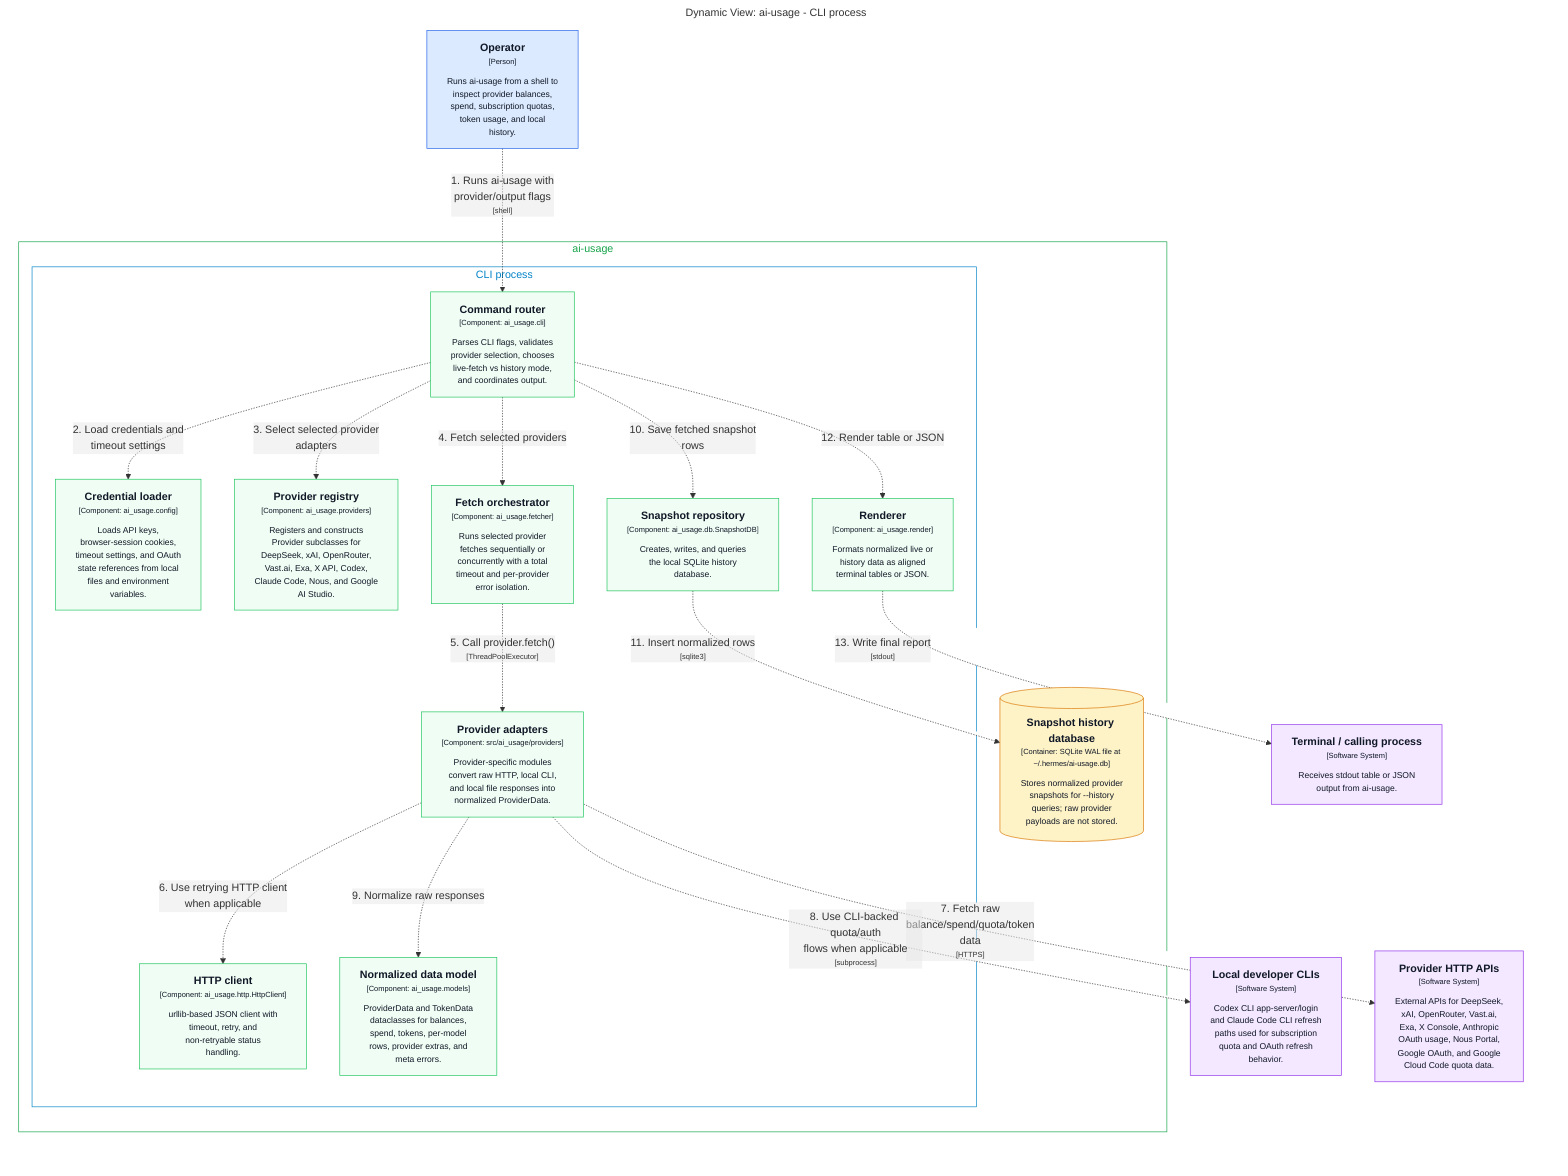
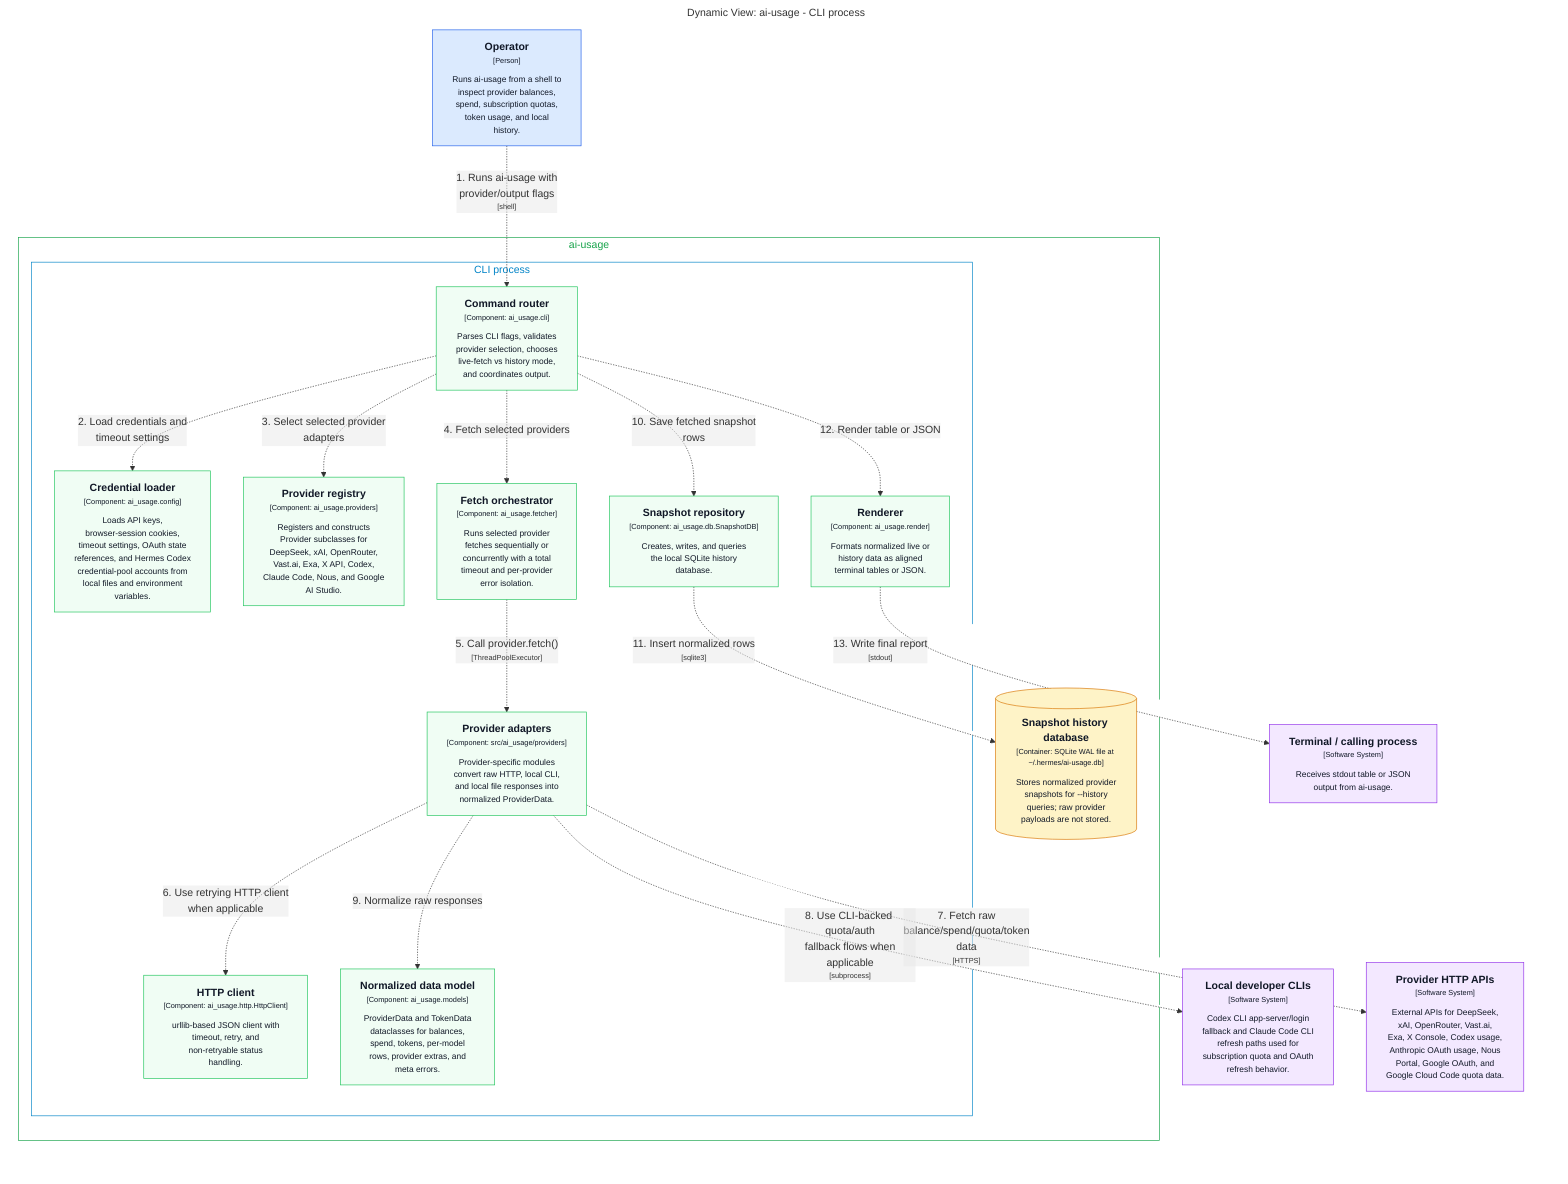
graph LR
  linkStyle default fill:#ffffff

  subgraph diagram ["Dynamic View: ai-usage - CLI process"]
    style diagram fill:#ffffff,stroke:#ffffff

    1["<div style='font-weight: bold'>Operator</div><div style='font-size: 70%; margin-top: 0px'>[Person]</div><div style='font-size: 80%; margin-top:10px'>Runs ai-usage from a shell to<br />inspect provider balances,<br />spend, subscription quotas,<br />token usage, and local<br />history.</div>"]
    style 1 fill:#dbeafe,stroke:#2563eb,color:#111827

-     15["<div style='font-weight: bold'>Local developer CLIs</div><div style='font-size: 70%; margin-top: 0px'>[Software System]</div><div style='font-size: 80%; margin-top:10px'>Codex CLI app-server/login<br />and Claude Code CLI refresh<br />paths used for subscription<br />quota and OAuth refresh<br />behavior.</div>"]
+     15["<div style='font-weight: bold'>Local developer CLIs</div><div style='font-size: 70%; margin-top: 0px'>[Software System]</div><div style='font-size: 80%; margin-top:10px'>Codex CLI app-server/login<br />fallback and Claude Code CLI<br />refresh paths used for<br />subscription quota and OAuth<br />refresh behavior.</div>"]
    style 15 fill:#f3e8ff,stroke:#9333ea,color:#111827
-     16["<div style='font-weight: bold'>Provider HTTP APIs</div><div style='font-size: 70%; margin-top: 0px'>[Software System]</div><div style='font-size: 80%; margin-top:10px'>External APIs for DeepSeek,<br />xAI, OpenRouter, Vast.ai,<br />Exa, X Console, Anthropic<br />OAuth usage, Nous Portal,<br />Google OAuth, and Google<br />Cloud Code quota data.</div>"]
+     16["<div style='font-weight: bold'>Provider HTTP APIs</div><div style='font-size: 70%; margin-top: 0px'>[Software System]</div><div style='font-size: 80%; margin-top:10px'>External APIs for DeepSeek,<br />xAI, OpenRouter, Vast.ai,<br />Exa, X Console, Codex usage,<br />Anthropic OAuth usage, Nous<br />Portal, Google OAuth, and<br />Google Cloud Code quota data.</div>"]
    style 16 fill:#f3e8ff,stroke:#9333ea,color:#111827
    17["<div style='font-weight: bold'>Terminal / calling process</div><div style='font-size: 70%; margin-top: 0px'>[Software System]</div><div style='font-size: 80%; margin-top:10px'>Receives stdout table or JSON<br />output from ai-usage.</div>"]
    style 17 fill:#f3e8ff,stroke:#9333ea,color:#111827

    subgraph 2 ["ai-usage"]
      style 2 fill:#ffffff,stroke:#16a34a,color:#16a34a

      subgraph 3 ["CLI process"]
        style 3 fill:#ffffff,stroke:#0284c7,color:#0284c7

        10["<div style='font-weight: bold'>Normalized data model</div><div style='font-size: 70%; margin-top: 0px'>[Component: ai_usage.models]</div><div style='font-size: 80%; margin-top:10px'>ProviderData and TokenData<br />dataclasses for balances,<br />spend, tokens, per-model<br />rows, provider extras, and<br />meta errors.</div>"]
        style 10 fill:#f0fdf4,stroke:#22c55e,color:#111827
        11["<div style='font-weight: bold'>Snapshot repository</div><div style='font-size: 70%; margin-top: 0px'>[Component: ai_usage.db.SnapshotDB]</div><div style='font-size: 80%; margin-top:10px'>Creates, writes, and queries<br />the local SQLite history<br />database.</div>"]
        style 11 fill:#f0fdf4,stroke:#22c55e,color:#111827
        12["<div style='font-weight: bold'>Renderer</div><div style='font-size: 70%; margin-top: 0px'>[Component: ai_usage.render]</div><div style='font-size: 80%; margin-top:10px'>Formats normalized live or<br />history data as aligned<br />terminal tables or JSON.</div>"]
        style 12 fill:#f0fdf4,stroke:#22c55e,color:#111827
        4["<div style='font-weight: bold'>Command router</div><div style='font-size: 70%; margin-top: 0px'>[Component: ai_usage.cli]</div><div style='font-size: 80%; margin-top:10px'>Parses CLI flags, validates<br />provider selection, chooses<br />live-fetch vs history mode,<br />and coordinates output.</div>"]
        style 4 fill:#f0fdf4,stroke:#22c55e,color:#111827
-         5["<div style='font-weight: bold'>Credential loader</div><div style='font-size: 70%; margin-top: 0px'>[Component: ai_usage.config]</div><div style='font-size: 80%; margin-top:10px'>Loads API keys,<br />browser-session cookies,<br />timeout settings, and OAuth<br />state references from local<br />files and environment<br />variables.</div>"]
+         5["<div style='font-weight: bold'>Credential loader</div><div style='font-size: 70%; margin-top: 0px'>[Component: ai_usage.config]</div><div style='font-size: 80%; margin-top:10px'>Loads API keys,<br />browser-session cookies,<br />timeout settings, OAuth state<br />references, and Hermes Codex<br />credential-pool accounts from<br />local files and environment<br />variables.</div>"]
        style 5 fill:#f0fdf4,stroke:#22c55e,color:#111827
        6["<div style='font-weight: bold'>Provider registry</div><div style='font-size: 70%; margin-top: 0px'>[Component: ai_usage.providers]</div><div style='font-size: 80%; margin-top:10px'>Registers and constructs<br />Provider subclasses for<br />DeepSeek, xAI, OpenRouter,<br />Vast.ai, Exa, X API, Codex,<br />Claude Code, Nous, and Google<br />AI Studio.</div>"]
        style 6 fill:#f0fdf4,stroke:#22c55e,color:#111827
        7["<div style='font-weight: bold'>Fetch orchestrator</div><div style='font-size: 70%; margin-top: 0px'>[Component: ai_usage.fetcher]</div><div style='font-size: 80%; margin-top:10px'>Runs selected provider<br />fetches sequentially or<br />concurrently with a total<br />timeout and per-provider<br />error isolation.</div>"]
        style 7 fill:#f0fdf4,stroke:#22c55e,color:#111827
        8["<div style='font-weight: bold'>Provider adapters</div><div style='font-size: 70%; margin-top: 0px'>[Component: src/ai_usage/providers]</div><div style='font-size: 80%; margin-top:10px'>Provider-specific modules<br />convert raw HTTP, local CLI,<br />and local file responses into<br />normalized ProviderData.</div>"]
        style 8 fill:#f0fdf4,stroke:#22c55e,color:#111827
        9["<div style='font-weight: bold'>HTTP client</div><div style='font-size: 70%; margin-top: 0px'>[Component: ai_usage.http.HttpClient]</div><div style='font-size: 80%; margin-top:10px'>urllib-based JSON client with<br />timeout, retry, and<br />non-retryable status<br />handling.</div>"]
        style 9 fill:#f0fdf4,stroke:#22c55e,color:#111827
      end

      13[("<div style='font-weight: bold'>Snapshot history database</div><div style='font-size: 70%; margin-top: 0px'>[Container: SQLite WAL file at ~/.hermes/ai-usage.db]</div><div style='font-size: 80%; margin-top:10px'>Stores normalized provider<br />snapshots for --history<br />queries; raw provider<br />payloads are not stored.</div>")]
      style 13 fill:#fef3c7,stroke:#d97706,color:#111827
    end

    1["<div style='font-weight: bold'>Operator</div><div style='font-size: 70%; margin-top: 0px'>[Person]</div><div style='font-size: 80%; margin-top:10px'>Runs ai-usage from a shell to<br />inspect provider balances,<br />spend, subscription quotas,<br />token usage, and local<br />history.</div>"]
    style 1 fill:#dbeafe,stroke:#2563eb,color:#111827
    13[("<div style='font-weight: bold'>Snapshot history database</div><div style='font-size: 70%; margin-top: 0px'>[Container: SQLite WAL file at ~/.hermes/ai-usage.db]</div><div style='font-size: 80%; margin-top:10px'>Stores normalized provider<br />snapshots for --history<br />queries; raw provider<br />payloads are not stored.</div>")]
    style 13 fill:#fef3c7,stroke:#d97706,color:#111827
-     15["<div style='font-weight: bold'>Local developer CLIs</div><div style='font-size: 70%; margin-top: 0px'>[Software System]</div><div style='font-size: 80%; margin-top:10px'>Codex CLI app-server/login<br />and Claude Code CLI refresh<br />paths used for subscription<br />quota and OAuth refresh<br />behavior.</div>"]
+     15["<div style='font-weight: bold'>Local developer CLIs</div><div style='font-size: 70%; margin-top: 0px'>[Software System]</div><div style='font-size: 80%; margin-top:10px'>Codex CLI app-server/login<br />fallback and Claude Code CLI<br />refresh paths used for<br />subscription quota and OAuth<br />refresh behavior.</div>"]
    style 15 fill:#f3e8ff,stroke:#9333ea,color:#111827
-     16["<div style='font-weight: bold'>Provider HTTP APIs</div><div style='font-size: 70%; margin-top: 0px'>[Software System]</div><div style='font-size: 80%; margin-top:10px'>External APIs for DeepSeek,<br />xAI, OpenRouter, Vast.ai,<br />Exa, X Console, Anthropic<br />OAuth usage, Nous Portal,<br />Google OAuth, and Google<br />Cloud Code quota data.</div>"]
+     16["<div style='font-weight: bold'>Provider HTTP APIs</div><div style='font-size: 70%; margin-top: 0px'>[Software System]</div><div style='font-size: 80%; margin-top:10px'>External APIs for DeepSeek,<br />xAI, OpenRouter, Vast.ai,<br />Exa, X Console, Codex usage,<br />Anthropic OAuth usage, Nous<br />Portal, Google OAuth, and<br />Google Cloud Code quota data.</div>"]
    style 16 fill:#f3e8ff,stroke:#9333ea,color:#111827
    17["<div style='font-weight: bold'>Terminal / calling process</div><div style='font-size: 70%; margin-top: 0px'>[Software System]</div><div style='font-size: 80%; margin-top:10px'>Receives stdout table or JSON<br />output from ai-usage.</div>"]
    style 17 fill:#f3e8ff,stroke:#9333ea,color:#111827

    1-. "<div>1. Runs ai-usage with<br />provider/output flags</div><div style='font-size: 70%'>[shell]</div>" .->4
    4-. "<div>2. Load credentials and<br />timeout settings</div><div style='font-size: 70%'></div>" .->5
    4-. "<div>3. Select selected provider<br />adapters</div><div style='font-size: 70%'></div>" .->6
    4-. "<div>4. Fetch selected providers</div><div style='font-size: 70%'></div>" .->7
    7-. "<div>5. Call provider.fetch()</div><div style='font-size: 70%'>[ThreadPoolExecutor]</div>" .->8
    8-. "<div>6. Use retrying HTTP client<br />when applicable</div><div style='font-size: 70%'></div>" .->9
    8-. "<div>7. Fetch raw<br />balance/spend/quota/token<br />data</div><div style='font-size: 70%'>[HTTPS]</div>" .->16
-     8-. "<div>8. Use CLI-backed quota/auth<br />flows when applicable</div><div style='font-size: 70%'>[subprocess]</div>" .->15
+     8-. "<div>8. Use CLI-backed quota/auth<br />fallback flows when<br />applicable</div><div style='font-size: 70%'>[subprocess]</div>" .->15
    8-. "<div>9. Normalize raw responses</div><div style='font-size: 70%'></div>" .->10
    4-. "<div>10. Save fetched snapshot<br />rows</div><div style='font-size: 70%'></div>" .->11
    11-. "<div>11. Insert normalized rows</div><div style='font-size: 70%'>[sqlite3]</div>" .->13
    4-. "<div>12. Render table or JSON</div><div style='font-size: 70%'></div>" .->12
    12-. "<div>13. Write final report</div><div style='font-size: 70%'>[stdout]</div>" .->17

  end